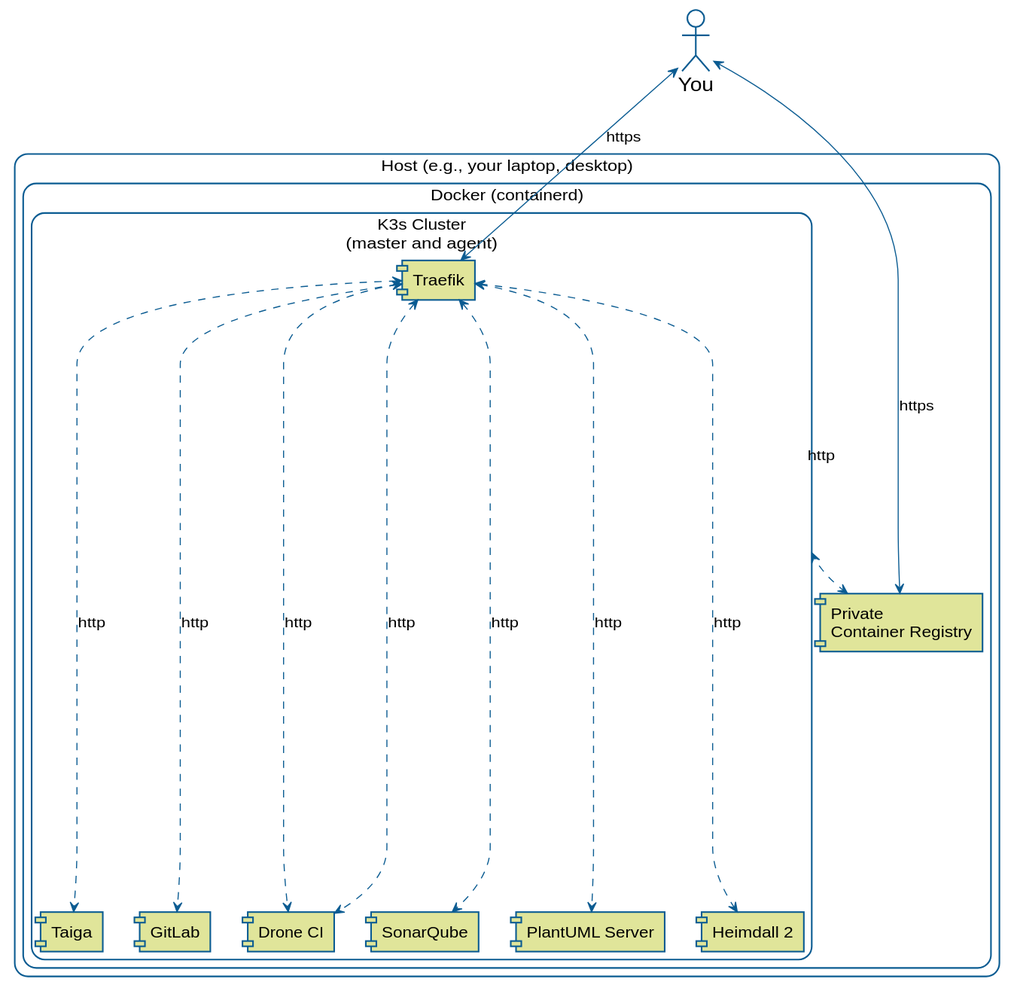
Before: diagrams/deployment.svg, a diagram exported from PlantUML (nemonik/hands-on-DevOps-gen2).
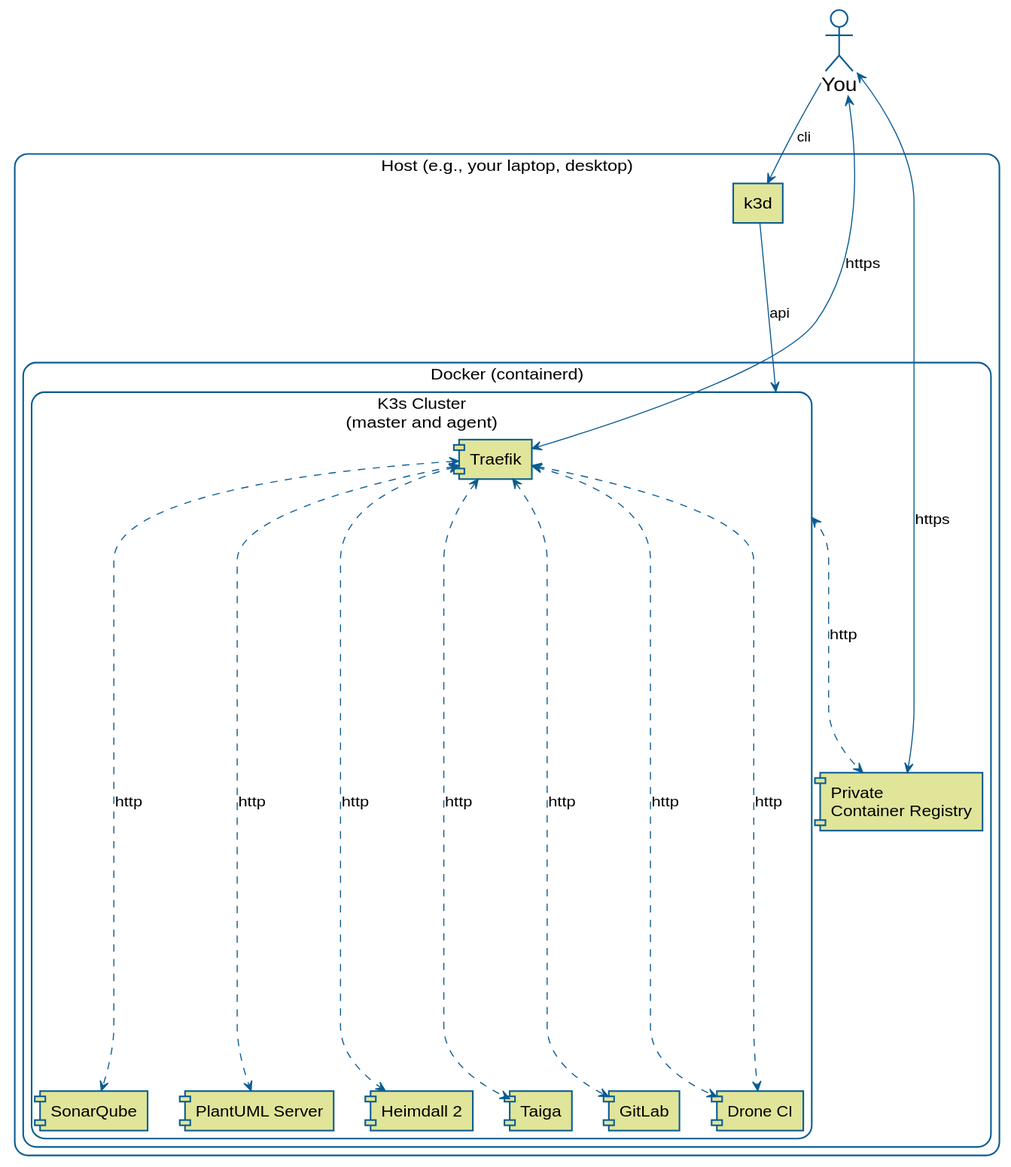
After the change.

Commit message:
Apply plantuml diagram changes

Diff of the diagram source:
```diff
@@ -24,6 +24,13 @@
 }
 
 skinparam component {
+  BorderColor #0B5C92
+  BackgroundColor #e0e59a
+  FontStyle "Thin"
+  FontSize 15
+}
+
+skinparam agent {
   BorderColor #0B5C92
   BackgroundColor #e0e59a
   FontStyle "Thin"
@@ -63,7 +70,11 @@
 
     component "Private\nContainer Registry" as private_registry
   }
+
+  agent "k3d" as k3d
 }
+
+
 
 traefik <.[#0B5C92]d.> gitlab : http
 traefik <.[#0B5C92]d.> drone : http
@@ -78,4 +89,7 @@
 you <-[#0B5C92]d-> private_registry : https
 you <-[#0B5C92]d-> traefik : https
 
+you -[#0B5C92]d-> k3d : cli
+k3d -[#0B5C92]d-> k3s : api
+
 @enduml
```
